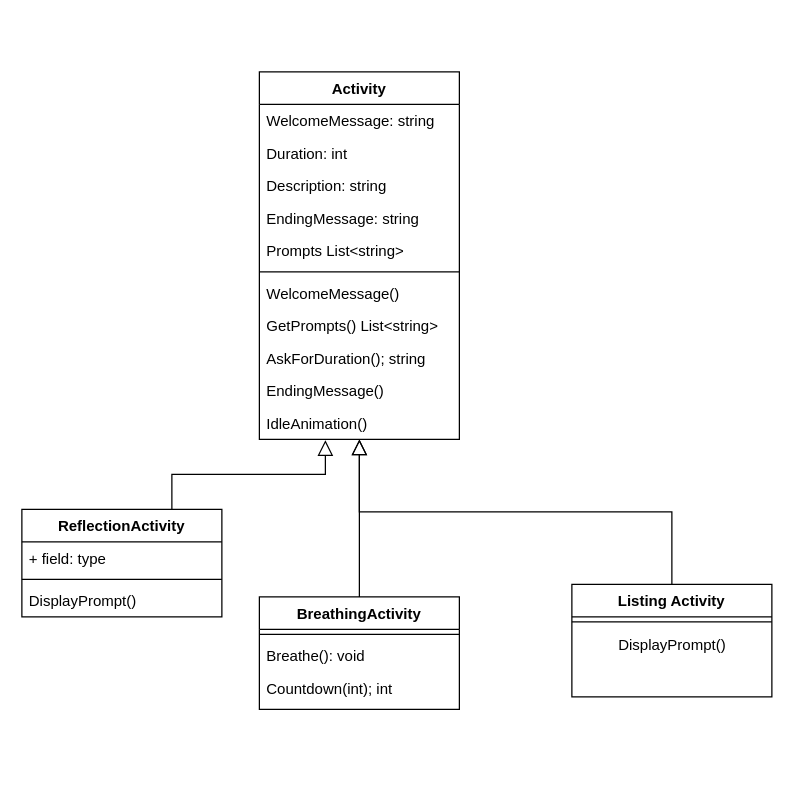
Jebthegamer/cse210_hw keeps this draw.io diagram as Mindfulness.drawio. Above is the earlier version. Source tidied: cells renumbered, new cells numbered last; positions are measured from the earlier drawing's top-left corner, leaving out a move shared by most shapes. Both pictures are drawn from the tidied source at 125%, with x=0, y=0 at pixel (21, 71).
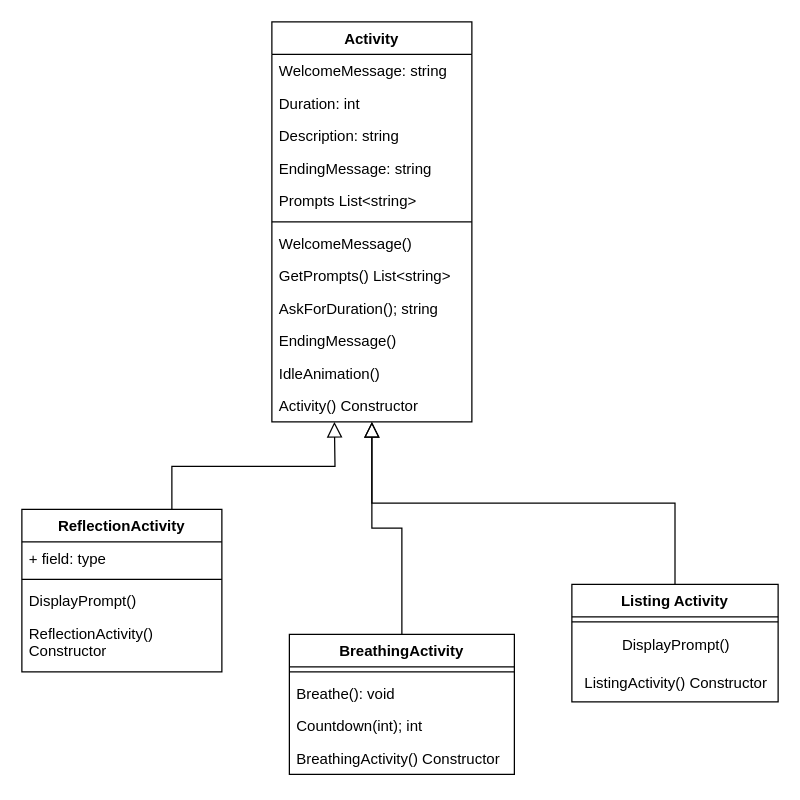
The same diagram, later.

The change refers to these unchanged cells:
```xml
<mxCell id="13" value="IdleAnimation()" style="text;align=left;verticalAlign=top;spacingLeft=4;spacingRight=4;overflow=hidden;points=[[0,0.5],[1,0.5]];portConstraint=eastwest;" parent="2" vertex="1">
  <mxGeometry y="268" width="160" height="26" as="geometry" />
</mxCell>
```

The edit, as a diff of the source:
```diff
@@
     <mxCell id="2" value="Activity" style="swimlane;fontStyle=1;align=center;verticalAlign=top;horizontal=1;startSize=26;rounded=0;shadow=0;strokeWidth=1;" parent="1" vertex="1">
-      <mxGeometry x="190" width="160" height="294" as="geometry" />
+      <mxGeometry x="200" y="-40" width="160" height="320" as="geometry" />
     </mxCell>
@@
+    <mxCell id="28" value="Activity() Constructor" style="text;align=left;verticalAlign=top;spacingLeft=4;spacingRight=4;overflow=hidden;" parent="2" vertex="1">
+      <mxGeometry y="294" width="160" height="26" as="geometry" />
+    </mxCell>
     <mxCell id="14" value="BreathingActivity" style="swimlane;fontStyle=1;align=center;verticalAlign=top;horizontal=1;startSize=26;rounded=0;shadow=0;strokeWidth=1;" parent="1" vertex="1">
-      <mxGeometry x="190" y="420" width="160" height="90" as="geometry" />
+      <mxGeometry x="214" y="450" width="180" height="112" as="geometry" />
     </mxCell>
     <mxCell id="15" style="line;html=1;strokeWidth=1;align=left;verticalAlign=middle;spacingTop=-1;spacingLeft=3;spacingRight=3;labelPosition=right;" parent="14" vertex="1">
-      <mxGeometry y="26" width="160" height="8" as="geometry" />
+      <mxGeometry y="26" width="180" height="8" as="geometry" />
     </mxCell>
     <mxCell id="16" value="Breathe(): void" style="text;align=left;verticalAlign=top;spacingLeft=4;spacingRight=4;overflow=hidden;" parent="14" vertex="1">
-      <mxGeometry y="34" width="160" height="26" as="geometry" />
+      <mxGeometry y="34" width="180" height="26" as="geometry" />
     </mxCell>
+    <mxCell id="29" value="Countdown(int); int" style="text;align=left;verticalAlign=top;spacingLeft=4;spacingRight=4;overflow=hidden;" parent="14" vertex="1">
+      <mxGeometry y="60" width="180" height="26" as="geometry" />
+    </mxCell>
-    <mxCell id="17" value="Countdown(int); int" style="text;align=left;verticalAlign=top;spacingLeft=4;spacingRight=4;overflow=hidden;" parent="14" vertex="1">
-      <mxGeometry y="60" width="160" height="26" as="geometry" />
+    <mxCell id="17" value="BreathingActivity() Constructor" style="text;align=left;verticalAlign=top;spacingLeft=4;spacingRight=4;overflow=hidden;" parent="14" vertex="1">
+      <mxGeometry y="86" width="180" height="26" as="geometry" />
     </mxCell>
@@
     <mxCell id="19" value="Listing Activity" style="swimlane;fontStyle=1;align=center;verticalAlign=top;horizontal=1;startSize=26;rounded=0;shadow=0;strokeWidth=1;" parent="1" vertex="1">
-      <mxGeometry x="440" y="410" width="160" height="90" as="geometry" />
+      <mxGeometry x="440" y="410" width="165" height="94" as="geometry" />
     </mxCell>
     <mxCell id="20" style="line;html=1;strokeWidth=1;align=left;verticalAlign=middle;spacingTop=-1;spacingLeft=3;spacingRight=3;labelPosition=right;" parent="19" vertex="1">
-      <mxGeometry y="26" width="160" height="8" as="geometry" />
+      <mxGeometry y="26" width="165" height="8" as="geometry" />
     </mxCell>
     <mxCell id="21" value="DisplayPrompt()" style="text;html=1;align=center;verticalAlign=middle;strokeColor=none;fillColor=none;" parent="19" vertex="1">
-      <mxGeometry y="34" width="160" height="30" as="geometry" />
+      <mxGeometry y="34" width="165" height="30" as="geometry" />
     </mxCell>
+    <mxCell id="30" value="ListingActivity() Constructor" style="text;html=1;align=center;verticalAlign=middle;strokeColor=none;fillColor=none;" parent="19" vertex="1">
+      <mxGeometry y="64" width="165" height="30" as="geometry" />
+    </mxCell>
@@
-    <mxCell id="23" style="edgeStyle=orthogonalEdgeStyle;rounded=0;jettySize=auto;html=1;exitX=0.75;exitY=0;exitDx=0;exitDy=0;endArrow=block;endFill=0;endSize=10;entryX=0.33;entryY=1.023;entryDx=0;entryDy=0;entryPerimeter=0;" parent="1" edge="1" source="24" target="13">
-      <mxGeometry relative="1" as="geometry" />
+    <mxCell id="23" style="edgeStyle=orthogonalEdgeStyle;rounded=0;jettySize=auto;html=1;exitX=0.75;exitY=0;exitDx=0;exitDy=0;endArrow=block;endFill=0;endSize=10;" parent="1" edge="1" source="24">
+      <mxGeometry relative="1" as="geometry">
+        <mxPoint x="250" y="280" as="targetPoint" />
+      </mxGeometry>
     </mxCell>
     <mxCell id="24" value="ReflectionActivity" style="swimlane;fontStyle=1;align=center;verticalAlign=top;horizontal=1;startSize=26;whiteSpace=wrap;html=1;" parent="1" vertex="1">
-      <mxGeometry y="350" width="160" height="86" as="geometry" />
+      <mxGeometry y="350" width="160" height="130" as="geometry" />
     </mxCell>
@@
+    <mxCell id="31" value="ReflectionActivity() Constructor" style="text;strokeColor=none;fillColor=none;align=left;verticalAlign=top;spacingLeft=4;spacingRight=4;overflow=hidden;whiteSpace=wrap;html=1;" parent="24" vertex="1">
+      <mxGeometry y="86" width="160" height="44" as="geometry" />
+    </mxCell>
```
